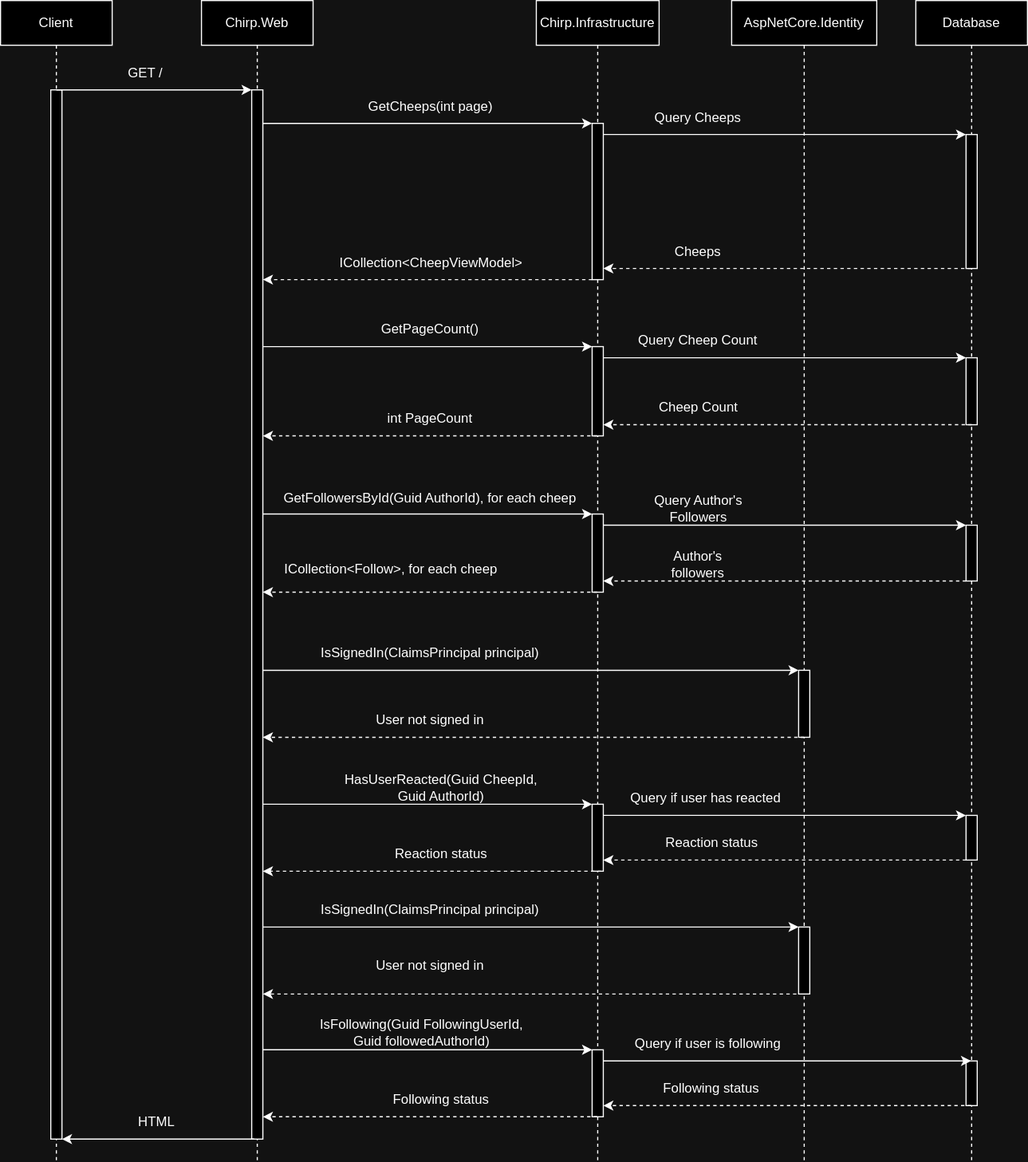
This is docs/diagrams/SequenceCallDiagram.svg from ITU-BDSA-GROUP-20/Chirp, a draw.io export, as it was before one commit. Source tidied: cells renumbered, new cells last; positions are measured from the earlier drawing's top-left corner, leaving out a move shared by most shapes.
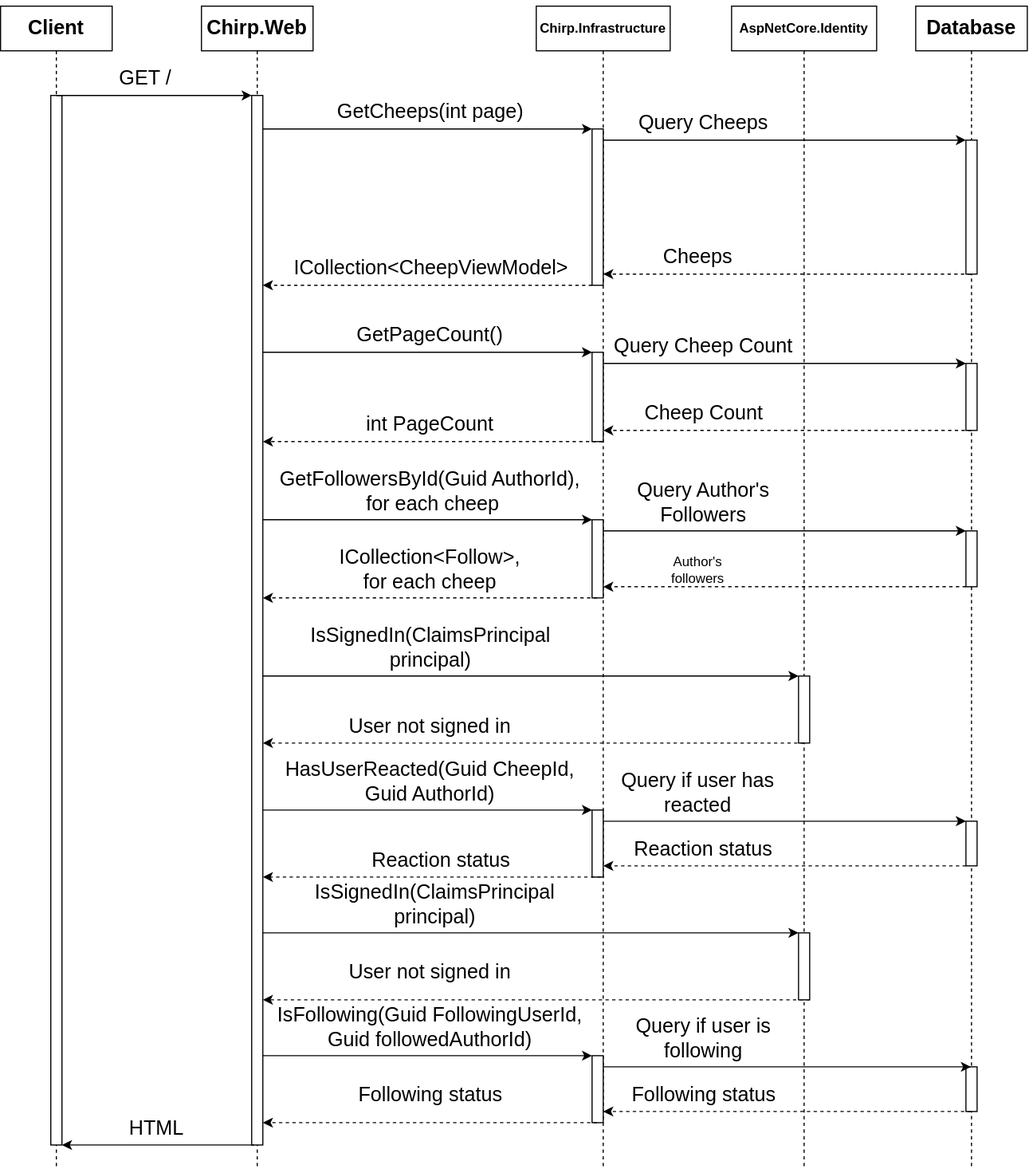
The same diagram one commit later.

Diff of the diagram source:
```diff
@@ -4,3 +4,3 @@
     <mxCell id="1" parent="0" />
-    <mxCell id="2" value="Client" style="shape=umlLifeline;perimeter=lifelinePerimeter;whiteSpace=wrap;html=1;newEdgeStyle={&quot;edgeStyle&quot;:&quot;elbowEdgeStyle&quot;,&quot;elbow&quot;:&quot;vertical&quot;,&quot;curved&quot;:0,&quot;rounded&quot;:0};" parent="1" vertex="1">
+    <mxCell id="2" value="&lt;h2&gt;Client&lt;/h2&gt;" style="shape=umlLifeline;perimeter=lifelinePerimeter;whiteSpace=wrap;html=1;newEdgeStyle={&quot;edgeStyle&quot;:&quot;elbowEdgeStyle&quot;,&quot;elbow&quot;:&quot;vertical&quot;,&quot;curved&quot;:0,&quot;rounded&quot;:0};" parent="1" vertex="1">
       <mxGeometry width="100" height="1040" as="geometry" />
@@ -10,4 +10,4 @@
     </mxCell>
-    <mxCell id="4" value="Chirp.Infrastructure" style="shape=umlLifeline;perimeter=lifelinePerimeter;whiteSpace=wrap;html=1;outlineConnect=0;portConstraint=eastwest;newEdgeStyle={&quot;edgeStyle&quot;:&quot;elbowEdgeStyle&quot;,&quot;elbow&quot;:&quot;vertical&quot;,&quot;curved&quot;:0,&quot;rounded&quot;:0};" parent="1" vertex="1">
-      <mxGeometry x="480" width="110" height="1040" as="geometry" />
+    <mxCell id="4" value="&lt;h4&gt;Chirp.Infrastructure&lt;/h4&gt;" style="shape=umlLifeline;perimeter=lifelinePerimeter;whiteSpace=wrap;html=1;outlineConnect=0;portConstraint=eastwest;newEdgeStyle={&quot;edgeStyle&quot;:&quot;elbowEdgeStyle&quot;,&quot;elbow&quot;:&quot;vertical&quot;,&quot;curved&quot;:0,&quot;rounded&quot;:0};" parent="1" vertex="1">
+      <mxGeometry x="480" width="120" height="1040" as="geometry" />
     </mxCell>
@@ -28,3 +28,3 @@
     </mxCell>
-    <mxCell id="10" value="Database" style="shape=umlLifeline;perimeter=lifelinePerimeter;whiteSpace=wrap;html=1;outlineConnect=0;portConstraint=eastwest;newEdgeStyle={&quot;edgeStyle&quot;:&quot;elbowEdgeStyle&quot;,&quot;elbow&quot;:&quot;vertical&quot;,&quot;curved&quot;:0,&quot;rounded&quot;:0};" parent="1" vertex="1">
+    <mxCell id="10" value="&lt;h2&gt;Database&lt;/h2&gt;" style="shape=umlLifeline;perimeter=lifelinePerimeter;whiteSpace=wrap;html=1;outlineConnect=0;portConstraint=eastwest;newEdgeStyle={&quot;edgeStyle&quot;:&quot;elbowEdgeStyle&quot;,&quot;elbow&quot;:&quot;vertical&quot;,&quot;curved&quot;:0,&quot;rounded&quot;:0};" parent="1" vertex="1">
       <mxGeometry x="820" width="100" height="1040" as="geometry" />
@@ -46,3 +46,3 @@
     </mxCell>
-    <mxCell id="16" value="Chirp.Web" style="shape=umlLifeline;perimeter=lifelinePerimeter;whiteSpace=wrap;html=1;newEdgeStyle={&quot;edgeStyle&quot;:&quot;elbowEdgeStyle&quot;,&quot;elbow&quot;:&quot;vertical&quot;,&quot;curved&quot;:0,&quot;rounded&quot;:0};" parent="1" vertex="1">
+    <mxCell id="16" value="&lt;h2&gt;Chirp.Web&lt;/h2&gt;" style="shape=umlLifeline;perimeter=lifelinePerimeter;whiteSpace=wrap;html=1;newEdgeStyle={&quot;edgeStyle&quot;:&quot;elbowEdgeStyle&quot;,&quot;elbow&quot;:&quot;vertical&quot;,&quot;curved&quot;:0,&quot;rounded&quot;:0};" parent="1" vertex="1">
       <mxGeometry x="180" width="100" height="1040" as="geometry" />
@@ -57,3 +57,3 @@
     </mxCell>
-    <mxCell id="19" value="GET /" style="text;html=1;strokeColor=none;fillColor=none;align=center;verticalAlign=middle;whiteSpace=wrap;rounded=0;" parent="1" vertex="1">
+    <mxCell id="19" value="&lt;font style=&quot;font-size: 18px;&quot;&gt;GET /&lt;/font&gt;" style="text;html=1;strokeColor=none;fillColor=none;align=center;verticalAlign=middle;whiteSpace=wrap;rounded=0;" parent="1" vertex="1">
       <mxGeometry x="100" y="50" width="60" height="30" as="geometry" />
@@ -67,6 +67,6 @@
     </mxCell>
-    <mxCell id="21" value="GetCheeps(int page)" style="text;html=1;strokeColor=none;fillColor=none;align=center;verticalAlign=middle;whiteSpace=wrap;rounded=0;" parent="1" vertex="1">
-      <mxGeometry x="323" y="80" width="125" height="30" as="geometry" />
+    <mxCell id="21" value="&lt;font style=&quot;font-size: 18px;&quot;&gt;GetCheeps(int page)&lt;/font&gt;" style="text;html=1;strokeColor=none;fillColor=none;align=center;verticalAlign=middle;whiteSpace=wrap;rounded=0;" parent="1" vertex="1">
+      <mxGeometry x="297" y="80" width="177" height="30" as="geometry" />
     </mxCell>
-    <mxCell id="22" value="ICollection&amp;lt;CheepViewModel&amp;gt;" style="text;html=1;strokeColor=none;fillColor=none;align=center;verticalAlign=middle;whiteSpace=wrap;rounded=0;" parent="1" vertex="1">
+    <mxCell id="22" value="&lt;font style=&quot;font-size: 18px;&quot;&gt;ICollection&amp;lt;CheepViewModel&amp;gt;&lt;/font&gt;" style="text;html=1;strokeColor=none;fillColor=none;align=center;verticalAlign=middle;whiteSpace=wrap;rounded=0;" parent="1" vertex="1">
       <mxGeometry x="355.5" y="220" width="60" height="30" as="geometry" />
@@ -82,6 +82,6 @@
     </mxCell>
-    <mxCell id="24" value="Query Cheeps" style="text;html=1;strokeColor=none;fillColor=none;align=center;verticalAlign=middle;whiteSpace=wrap;rounded=0;" parent="1" vertex="1">
-      <mxGeometry x="570" y="90" width="110" height="30" as="geometry" />
+    <mxCell id="24" value="&lt;font style=&quot;font-size: 18px;&quot;&gt;Query Cheeps&lt;/font&gt;" style="text;html=1;strokeColor=none;fillColor=none;align=center;verticalAlign=middle;whiteSpace=wrap;rounded=0;" parent="1" vertex="1">
+      <mxGeometry x="570" y="90" width="120" height="30" as="geometry" />
     </mxCell>
-    <mxCell id="25" value="Cheeps" style="text;html=1;strokeColor=none;fillColor=none;align=center;verticalAlign=middle;whiteSpace=wrap;rounded=0;" parent="1" vertex="1">
+    <mxCell id="25" value="&lt;font style=&quot;font-size: 18px;&quot;&gt;Cheeps&lt;/font&gt;" style="text;html=1;strokeColor=none;fillColor=none;align=center;verticalAlign=middle;whiteSpace=wrap;rounded=0;" parent="1" vertex="1">
       <mxGeometry x="595" y="210" width="60" height="30" as="geometry" />
@@ -107,7 +107,7 @@
     </mxCell>
-    <mxCell id="29" value="GetPageCount()" style="text;html=1;strokeColor=none;fillColor=none;align=center;verticalAlign=middle;whiteSpace=wrap;rounded=0;" parent="1" vertex="1">
+    <mxCell id="29" value="&lt;font style=&quot;font-size: 18px;&quot;&gt;GetPageCount()&lt;/font&gt;" style="text;html=1;strokeColor=none;fillColor=none;align=center;verticalAlign=middle;whiteSpace=wrap;rounded=0;" parent="1" vertex="1">
       <mxGeometry x="355" y="280" width="60" height="30" as="geometry" />
     </mxCell>
-    <mxCell id="30" value="int PageCount" style="text;html=1;strokeColor=none;fillColor=none;align=center;verticalAlign=middle;whiteSpace=wrap;rounded=0;" parent="1" vertex="1">
-      <mxGeometry x="340" y="360" width="90" height="30" as="geometry" />
+    <mxCell id="30" value="&lt;font style=&quot;font-size: 18px;&quot;&gt;int PageCount&lt;/font&gt;" style="text;html=1;strokeColor=none;fillColor=none;align=center;verticalAlign=middle;whiteSpace=wrap;rounded=0;" parent="1" vertex="1">
+      <mxGeometry x="320" y="360" width="130" height="30" as="geometry" />
     </mxCell>
@@ -126,4 +126,4 @@
     </mxCell>
-    <mxCell id="33" value="GetFollowersById(Guid AuthorId), for each cheep" style="text;html=1;strokeColor=none;fillColor=none;align=center;verticalAlign=middle;whiteSpace=wrap;rounded=0;" parent="1" vertex="1">
-      <mxGeometry x="248" y="431" width="274" height="30" as="geometry" />
+    <mxCell id="33" value="&lt;font style=&quot;font-size: 18px;&quot;&gt;GetFollowersById(Guid AuthorId),&lt;br&gt;&amp;nbsp;for each cheep&lt;/font&gt;" style="text;html=1;strokeColor=none;fillColor=none;align=center;verticalAlign=middle;whiteSpace=wrap;rounded=0;" parent="1" vertex="1">
+      <mxGeometry x="248" y="420" width="274" height="30" as="geometry" />
     </mxCell>
@@ -135,6 +135,6 @@
     </mxCell>
-    <mxCell id="35" value="ICollection&amp;lt;Follow&amp;gt;, for each cheep" style="text;html=1;strokeColor=none;fillColor=none;align=center;verticalAlign=middle;whiteSpace=wrap;rounded=0;" parent="1" vertex="1">
-      <mxGeometry x="240" y="495" width="220" height="30" as="geometry" />
+    <mxCell id="35" value="&lt;font style=&quot;font-size: 18px;&quot;&gt;ICollection&amp;lt;Follow&amp;gt;, &lt;br&gt;for each cheep&lt;/font&gt;" style="text;html=1;strokeColor=none;fillColor=none;align=center;verticalAlign=middle;whiteSpace=wrap;rounded=0;" parent="1" vertex="1">
+      <mxGeometry x="275" y="490" width="220" height="30" as="geometry" />
     </mxCell>
-    <mxCell id="36" value="HTML" style="text;html=1;strokeColor=none;fillColor=none;align=center;verticalAlign=middle;whiteSpace=wrap;rounded=0;" parent="1" vertex="1">
+    <mxCell id="36" value="&lt;font style=&quot;font-size: 18px;&quot;&gt;HTML&lt;/font&gt;" style="text;html=1;strokeColor=none;fillColor=none;align=center;verticalAlign=middle;whiteSpace=wrap;rounded=0;" parent="1" vertex="1">
       <mxGeometry x="110" y="990" width="60" height="30" as="geometry" />
@@ -157,7 +157,7 @@
     </mxCell>
-    <mxCell id="40" value="Query Cheep Count" style="text;html=1;strokeColor=none;fillColor=none;align=center;verticalAlign=middle;whiteSpace=wrap;rounded=0;" parent="1" vertex="1">
-      <mxGeometry x="570" y="290" width="110" height="30" as="geometry" />
+    <mxCell id="40" value="&lt;font style=&quot;font-size: 18px;&quot;&gt;Query Cheep Count&lt;/font&gt;" style="text;html=1;strokeColor=none;fillColor=none;align=center;verticalAlign=middle;whiteSpace=wrap;rounded=0;" parent="1" vertex="1">
+      <mxGeometry x="545" y="290" width="170" height="30" as="geometry" />
     </mxCell>
-    <mxCell id="41" value="Cheep Count" style="text;html=1;strokeColor=none;fillColor=none;align=center;verticalAlign=middle;whiteSpace=wrap;rounded=0;" parent="1" vertex="1">
-      <mxGeometry x="587.5" y="350" width="75" height="30" as="geometry" />
+    <mxCell id="41" value="&lt;font style=&quot;font-size: 18px;&quot;&gt;Cheep Count&lt;/font&gt;" style="text;html=1;strokeColor=none;fillColor=none;align=center;verticalAlign=middle;whiteSpace=wrap;rounded=0;" parent="1" vertex="1">
+      <mxGeometry x="568.8" y="350" width="122.5" height="30" as="geometry" />
     </mxCell>
@@ -173,4 +173,4 @@
     </mxCell>
-    <mxCell id="44" value="Query Author's Followers" style="text;html=1;strokeColor=none;fillColor=none;align=center;verticalAlign=middle;whiteSpace=wrap;rounded=0;" parent="1" vertex="1">
-      <mxGeometry x="573.8" y="440" width="102.5" height="30" as="geometry" />
+    <mxCell id="44" value="&lt;font style=&quot;font-size: 18px;&quot;&gt;Query Author's Followers&lt;/font&gt;" style="text;html=1;strokeColor=none;fillColor=none;align=center;verticalAlign=middle;whiteSpace=wrap;rounded=0;" parent="1" vertex="1">
+      <mxGeometry x="551.9" y="430" width="156.2" height="30" as="geometry" />
     </mxCell>
@@ -179,3 +179,3 @@
     </mxCell>
-    <mxCell id="46" value="AspNetCore.Identity" style="shape=umlLifeline;perimeter=lifelinePerimeter;whiteSpace=wrap;html=1;newEdgeStyle={&quot;edgeStyle&quot;:&quot;elbowEdgeStyle&quot;,&quot;elbow&quot;:&quot;vertical&quot;,&quot;curved&quot;:0,&quot;rounded&quot;:0};" parent="1" vertex="1">
+    <mxCell id="46" value="&lt;h4&gt;AspNetCore.Identity&lt;/h4&gt;" style="shape=umlLifeline;perimeter=lifelinePerimeter;whiteSpace=wrap;html=1;newEdgeStyle={&quot;edgeStyle&quot;:&quot;elbowEdgeStyle&quot;,&quot;elbow&quot;:&quot;vertical&quot;,&quot;curved&quot;:0,&quot;rounded&quot;:0};" parent="1" vertex="1">
       <mxGeometry x="655" width="130" height="1040" as="geometry" />
@@ -198,6 +198,6 @@
     </mxCell>
-    <mxCell id="50" value="IsSignedIn(ClaimsPrincipal principal)" style="text;html=1;strokeColor=none;fillColor=none;align=center;verticalAlign=middle;whiteSpace=wrap;rounded=0;" parent="1" vertex="1">
-      <mxGeometry x="285" y="570" width="200" height="30" as="geometry" />
+    <mxCell id="50" value="&lt;font style=&quot;font-size: 18px;&quot;&gt;IsSignedIn(ClaimsPrincipal principal)&lt;/font&gt;" style="text;html=1;strokeColor=none;fillColor=none;align=center;verticalAlign=middle;whiteSpace=wrap;rounded=0;" parent="1" vertex="1">
+      <mxGeometry x="248" y="560" width="275" height="30" as="geometry" />
     </mxCell>
-    <mxCell id="51" value="User not signed in" style="text;html=1;strokeColor=none;fillColor=none;align=center;verticalAlign=middle;whiteSpace=wrap;rounded=0;" parent="1" vertex="1">
+    <mxCell id="51" value="&lt;font style=&quot;font-size: 18px;&quot;&gt;User not signed in&lt;/font&gt;" style="text;html=1;strokeColor=none;fillColor=none;align=center;verticalAlign=middle;whiteSpace=wrap;rounded=0;" parent="1" vertex="1">
       <mxGeometry x="285" y="630" width="200" height="30" as="geometry" />
@@ -212,6 +212,6 @@
     </mxCell>
-    <mxCell id="54" value="HasUserReacted(Guid CheepId, &lt;br&gt;Guid AuthorId)" style="text;html=1;strokeColor=none;fillColor=none;align=center;verticalAlign=middle;whiteSpace=wrap;rounded=0;" parent="1" vertex="1">
-      <mxGeometry x="280" y="690" width="230" height="30" as="geometry" />
+    <mxCell id="54" value="&lt;font style=&quot;font-size: 18px;&quot;&gt;HasUserReacted(Guid CheepId, &lt;br&gt;Guid AuthorId)&lt;/font&gt;" style="text;html=1;strokeColor=none;fillColor=none;align=center;verticalAlign=middle;whiteSpace=wrap;rounded=0;" parent="1" vertex="1">
+      <mxGeometry x="240" y="680" width="290" height="30" as="geometry" />
     </mxCell>
-    <mxCell id="55" value="Reaction status" style="text;html=1;strokeColor=none;fillColor=none;align=center;verticalAlign=middle;whiteSpace=wrap;rounded=0;" parent="1" vertex="1">
+    <mxCell id="55" value="&lt;font style=&quot;font-size: 18px;&quot;&gt;Reaction status&lt;/font&gt;" style="text;html=1;strokeColor=none;fillColor=none;align=center;verticalAlign=middle;whiteSpace=wrap;rounded=0;" parent="1" vertex="1">
       <mxGeometry x="280" y="750" width="230" height="30" as="geometry" />
@@ -231,7 +231,7 @@
     </mxCell>
-    <mxCell id="59" value="User not signed in" style="text;html=1;strokeColor=none;fillColor=none;align=center;verticalAlign=middle;whiteSpace=wrap;rounded=0;" parent="1" vertex="1">
+    <mxCell id="59" value="&lt;font style=&quot;font-size: 18px;&quot;&gt;User not signed in&lt;/font&gt;" style="text;html=1;strokeColor=none;fillColor=none;align=center;verticalAlign=middle;whiteSpace=wrap;rounded=0;" parent="1" vertex="1">
       <mxGeometry x="285" y="850" width="200" height="30" as="geometry" />
     </mxCell>
-    <mxCell id="60" value="IsSignedIn(ClaimsPrincipal principal)" style="text;html=1;strokeColor=none;fillColor=none;align=center;verticalAlign=middle;whiteSpace=wrap;rounded=0;" parent="1" vertex="1">
-      <mxGeometry x="285" y="800" width="200" height="30" as="geometry" />
+    <mxCell id="60" value="&lt;font style=&quot;font-size: 18px;&quot;&gt;IsSignedIn(ClaimsPrincipal principal)&lt;/font&gt;" style="text;html=1;strokeColor=none;fillColor=none;align=center;verticalAlign=middle;whiteSpace=wrap;rounded=0;" parent="1" vertex="1">
+      <mxGeometry x="257" y="790" width="265" height="30" as="geometry" />
     </mxCell>
@@ -245,7 +245,7 @@
     </mxCell>
-    <mxCell id="63" value="Following status" style="text;html=1;strokeColor=none;fillColor=none;align=center;verticalAlign=middle;whiteSpace=wrap;rounded=0;" parent="1" vertex="1">
-      <mxGeometry x="345" y="970" width="100" height="30" as="geometry" />
+    <mxCell id="63" value="&lt;font style=&quot;font-size: 18px;&quot;&gt;Following status&lt;/font&gt;" style="text;html=1;strokeColor=none;fillColor=none;align=center;verticalAlign=middle;whiteSpace=wrap;rounded=0;" parent="1" vertex="1">
+      <mxGeometry x="318" y="960" width="135" height="30" as="geometry" />
     </mxCell>
-    <mxCell id="64" value="IsFollowing(Guid FollowingUserId,&lt;br&gt;Guid followedAuthorId)" style="text;html=1;strokeColor=none;fillColor=none;align=center;verticalAlign=middle;whiteSpace=wrap;rounded=0;" parent="1" vertex="1">
-      <mxGeometry x="240" y="910" width="275" height="30" as="geometry" />
+    <mxCell id="64" value="&lt;font style=&quot;font-size: 18px;&quot;&gt;IsFollowing(Guid FollowingUserId,&lt;br&gt;Guid followedAuthorId)&lt;/font&gt;" style="text;html=1;strokeColor=none;fillColor=none;align=center;verticalAlign=middle;whiteSpace=wrap;rounded=0;" parent="1" vertex="1">
+      <mxGeometry x="220" y="900" width="330" height="30" as="geometry" />
     </mxCell>
@@ -265,7 +265,7 @@
     </mxCell>
-    <mxCell id="67" value="Query if user has reacted" style="text;html=1;strokeColor=none;fillColor=none;align=center;verticalAlign=middle;whiteSpace=wrap;rounded=0;" parent="1" vertex="1">
-      <mxGeometry x="560" y="700" width="143.8" height="30" as="geometry" />
+    <mxCell id="67" value="&lt;font style=&quot;font-size: 18px;&quot;&gt;Query if user has reacted&lt;/font&gt;" style="text;html=1;strokeColor=none;fillColor=none;align=center;verticalAlign=middle;whiteSpace=wrap;rounded=0;" parent="1" vertex="1">
+      <mxGeometry x="553.1" y="690" width="143.8" height="30" as="geometry" />
     </mxCell>
-    <mxCell id="68" value="Reaction status" style="text;html=1;strokeColor=none;fillColor=none;align=center;verticalAlign=middle;whiteSpace=wrap;rounded=0;" parent="1" vertex="1">
-      <mxGeometry x="590" y="740" width="95" height="30" as="geometry" />
+    <mxCell id="68" value="&lt;font style=&quot;font-size: 18px;&quot;&gt;Reaction status&lt;/font&gt;" style="text;html=1;strokeColor=none;fillColor=none;align=center;verticalAlign=middle;whiteSpace=wrap;rounded=0;" parent="1" vertex="1">
+      <mxGeometry x="565" y="740" width="130" height="30" as="geometry" />
     </mxCell>
@@ -284,7 +284,7 @@
     </mxCell>
-    <mxCell id="71" value="Query if user is following" style="text;html=1;strokeColor=none;fillColor=none;align=center;verticalAlign=middle;whiteSpace=wrap;rounded=0;" parent="1" vertex="1">
-      <mxGeometry x="563.8" y="920" width="140" height="30" as="geometry" />
+    <mxCell id="71" value="&lt;font style=&quot;font-size: 18px;&quot;&gt;Query if user is following&lt;/font&gt;" style="text;html=1;strokeColor=none;fillColor=none;align=center;verticalAlign=middle;whiteSpace=wrap;rounded=0;" parent="1" vertex="1">
+      <mxGeometry x="551.9" y="910" width="156.2" height="30" as="geometry" />
     </mxCell>
-    <mxCell id="72" value="Following status" style="text;html=1;strokeColor=none;fillColor=none;align=center;verticalAlign=middle;whiteSpace=wrap;rounded=0;" parent="1" vertex="1">
-      <mxGeometry x="587.5" y="960" width="97.5" height="30" as="geometry" />
+    <mxCell id="72" value="&lt;font style=&quot;font-size: 18px;&quot;&gt;Following status&lt;/font&gt;" style="text;html=1;strokeColor=none;fillColor=none;align=center;verticalAlign=middle;whiteSpace=wrap;rounded=0;" parent="1" vertex="1">
+      <mxGeometry x="558.8" y="960" width="142.5" height="30" as="geometry" />
     </mxCell>
```
